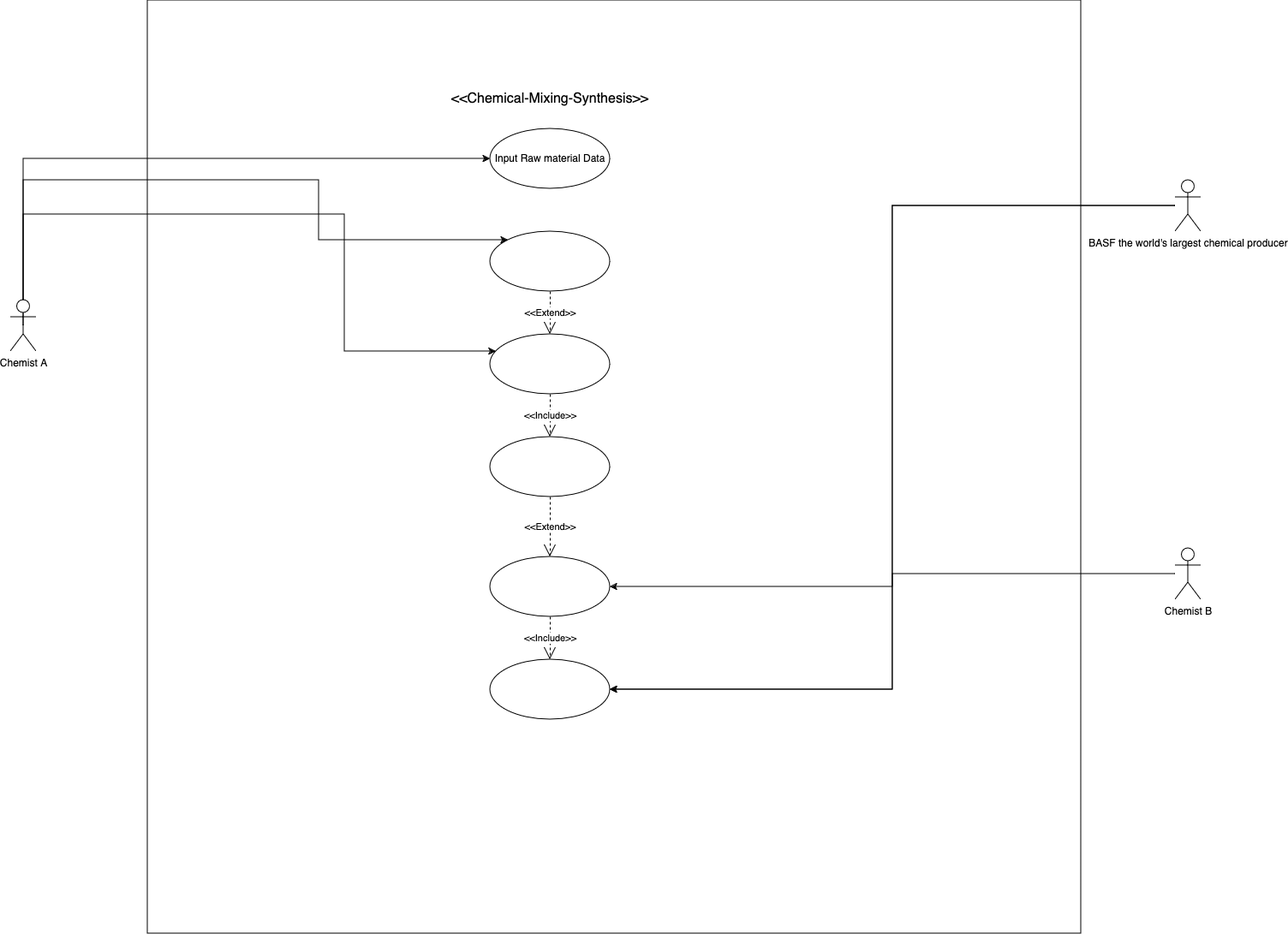
Above: use-case.png in a-l-a-z-a-r/Chemical-Mixing-Data-Synthesis (draw.io), before the change. Source tidied: cells renumbered, new cells last; positions are measured from the earlier drawing's top-left corner, leaving out a move shared by most shapes.
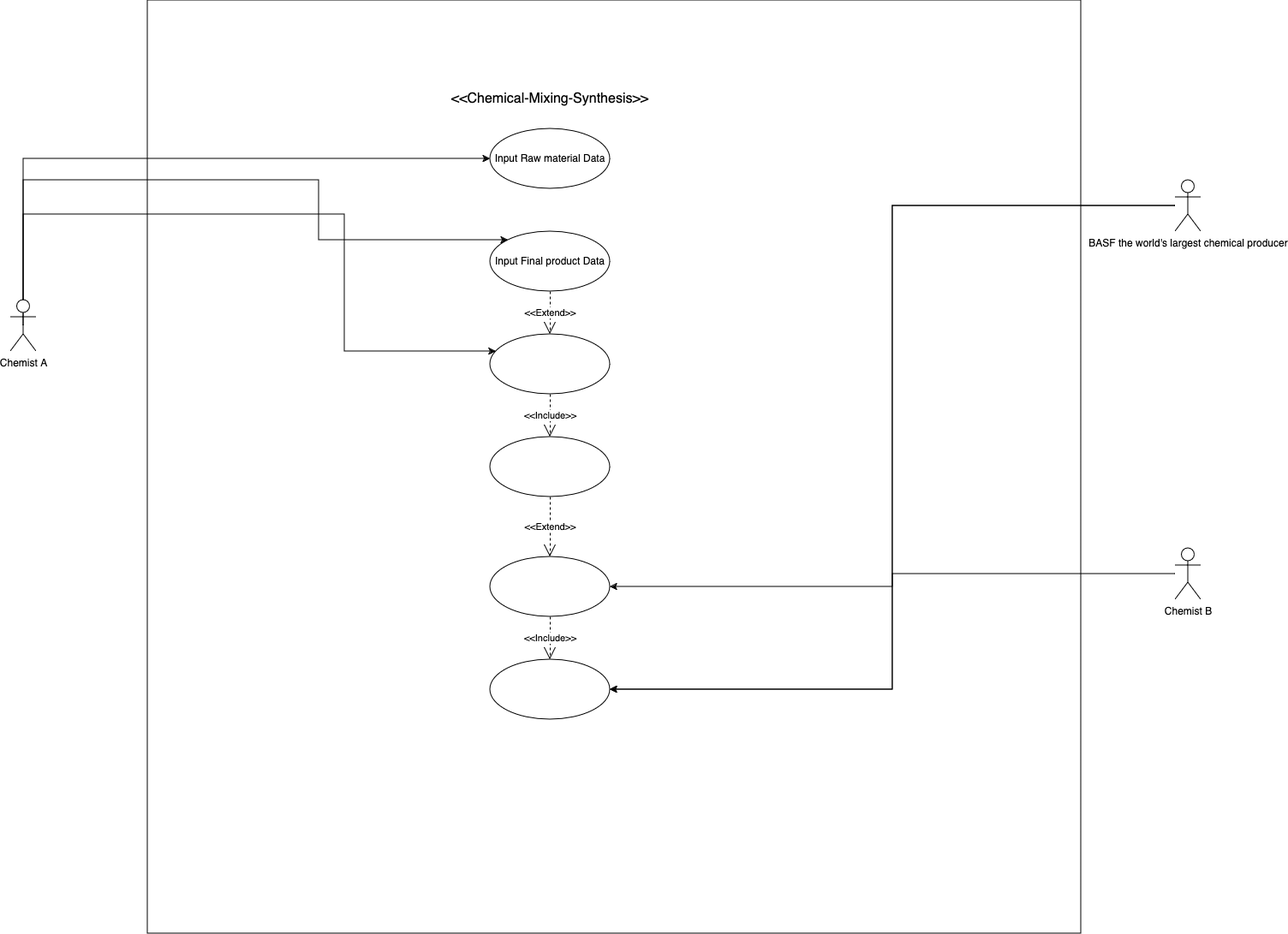
After the change.

Diff of the diagram source:
```diff
@@ -45,7 +45,7 @@
     <mxCell id="10" value="Input Raw material Data " style="ellipse;whiteSpace=wrap;html=1;labelBackgroundColor=none;" parent="1" vertex="1">
       <mxGeometry x="560" y="150" width="140" height="70" as="geometry" />
     </mxCell>
-    <mxCell id="11" style="ellipse;whiteSpace=wrap;html=1;labelBackgroundColor=none;" parent="1" vertex="1">
+    <mxCell id="11" value="Input Final product Data " style="ellipse;whiteSpace=wrap;html=1;labelBackgroundColor=none;" parent="1" vertex="1">
       <mxGeometry x="560" y="270" width="140" height="70" as="geometry" />
     </mxCell>
     <mxCell id="12" style="ellipse;whiteSpace=wrap;html=1;" parent="1" vertex="1">
```
